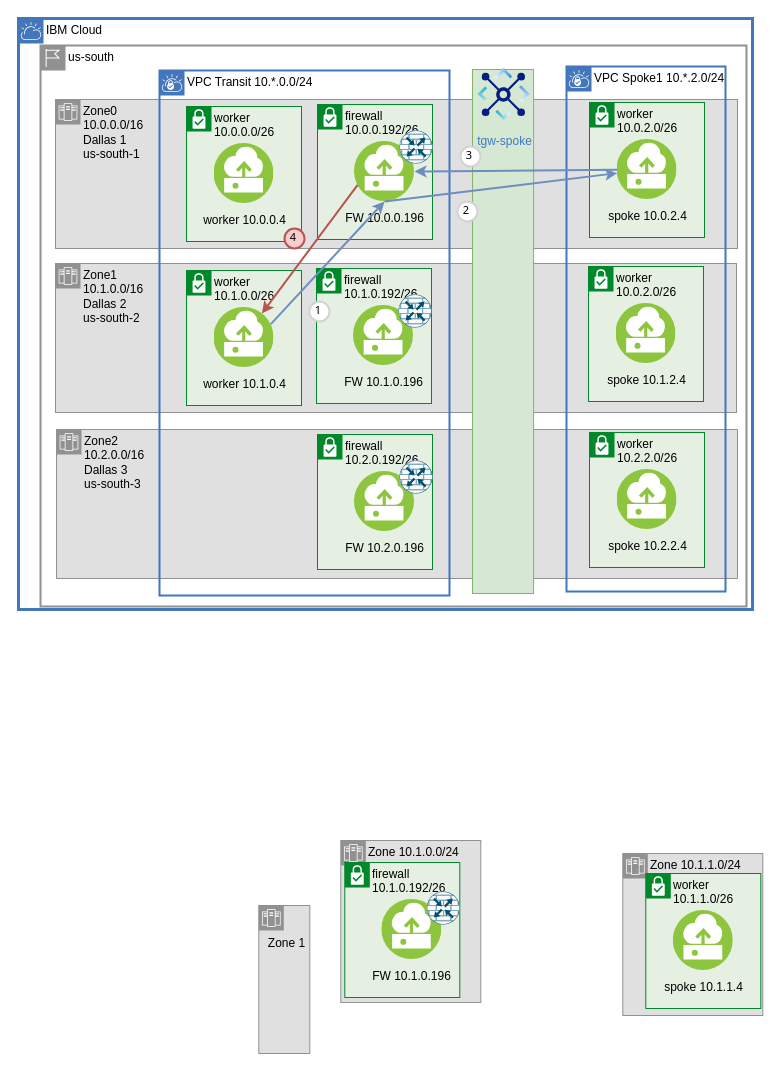
Before: page "transit-asym-bug" (8 of 9) of diagrams/vpc-transit.drawio in ibm-cloud-docs/solution-tutorials, a draw.io diagram. Source tidied: cells renumbered, new cells numbered last; positions are measured from the earlier drawing's top-left corner, leaving out a move shared by most shapes. Both pictures are drawn from the tidied source at 100%, with x=0, y=0 at pixel (18, 18).
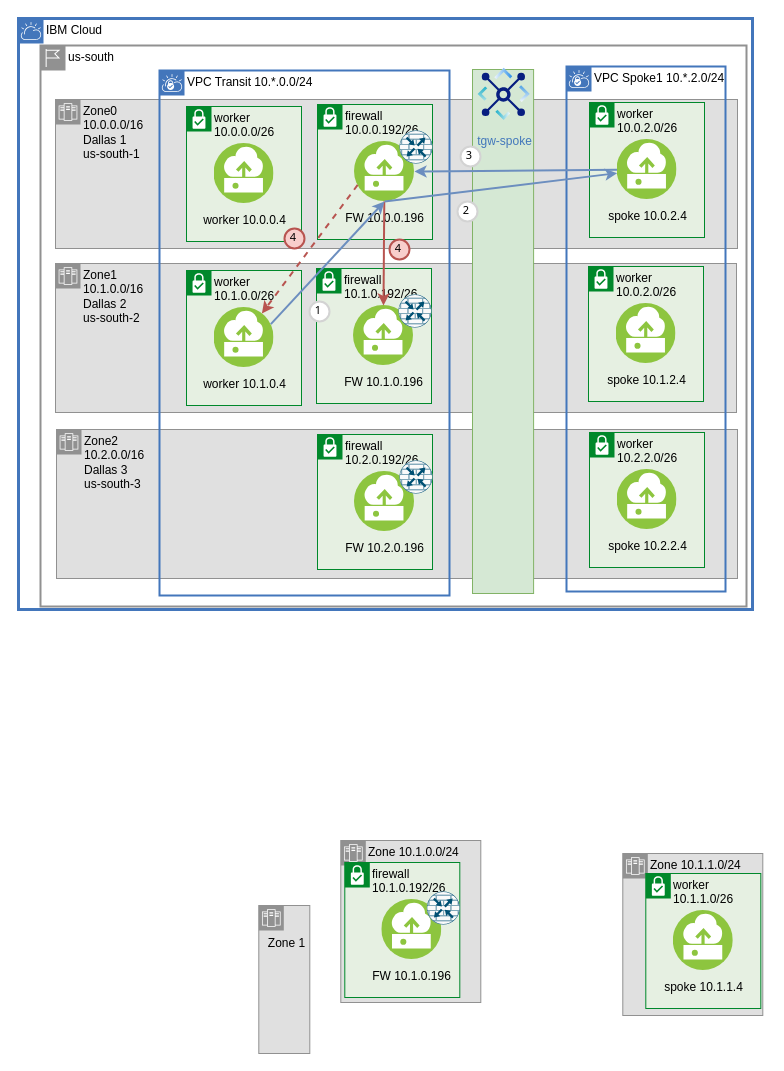
The same diagram, later.

Unchanged cells that the change refers to:
```xml
<mxCell id="18" value="FW 10.0.0.196" style="perimeter=ellipsePerimeter;html=1;align=center;shadow=0;dashed=0;fontColor=black;fontSize=12;spacingTop=3;image;image=img/lib/ibm/vpc/Instance.svg;overflow=visible;noLabel=0;labelBackgroundColor=none;" parent="1" vertex="1">
  <mxGeometry x="336" y="123" width="60" height="60" as="geometry" />
</mxCell>
<mxCell id="33" value="FW 10.1.0.196" style="perimeter=ellipsePerimeter;html=1;align=center;shadow=0;dashed=0;fontColor=black;fontSize=12;spacingTop=3;image;image=img/lib/ibm/vpc/Instance.svg;overflow=visible;noLabel=0;labelBackgroundColor=none;" parent="1" vertex="1">
  <mxGeometry x="335" y="287" width="60" height="60" as="geometry" />
</mxCell>
<mxCell id="37" value="worker 10.1.0.4" style="perimeter=ellipsePerimeter;html=1;align=center;shadow=0;dashed=0;fontColor=black;fontSize=12;spacingTop=3;image;image=img/lib/ibm/vpc/Instance.svg;overflow=visible;noLabel=0;labelBackgroundColor=none;" parent="1" vertex="1">
  <mxGeometry x="195.5" y="289" width="60" height="60" as="geometry" />
</mxCell>
```

Diff of the diagram source:
```diff
@@
+    <mxCell id="49" style="edgeStyle=none;shape=connector;rounded=0;jettySize=auto;html=1;entryX=0.5;entryY=0;entryDx=0;entryDy=0;labelBackgroundColor=default;strokeColor=#b85450;strokeWidth=2;fontFamily=Helvetica;fontSize=11;fontColor=default;endArrow=classic;endFill=1;fillColor=#f8cecc;" parent="1" edge="1" source="18" target="33">
+      <mxGeometry relative="1" as="geometry" />
+    </mxCell>
+    <mxCell id="50" value="4" style="ellipse;whiteSpace=wrap;html=1;strokeWidth=2;fontFamily=Tahoma;spacingBottom=4;spacingRight=2;strokeColor=#b85450;fontSize=11;fillColor=#f8cecc;" parent="1" vertex="1">
+      <mxGeometry x="371" y="221" width="20" height="20" as="geometry" />
+    </mxCell>
@@
-    <mxCell id="42" style="shape=connector;rounded=0;jettySize=auto;html=1;labelBackgroundColor=default;strokeColor=#b85450;strokeWidth=2;fontFamily=Helvetica;fontSize=11;fontColor=default;endArrow=classic;endFill=1;fillColor=#f8cecc;exitX=0;exitY=0.75;exitDx=0;exitDy=0;" parent="40" edge="1" source="18" target="37">
+    <mxCell id="42" style="shape=connector;rounded=0;jettySize=auto;html=1;labelBackgroundColor=default;strokeColor=#b85450;strokeWidth=2;fontFamily=Helvetica;fontSize=11;fontColor=default;endArrow=classic;endFill=1;fillColor=#f8cecc;exitX=0;exitY=0.75;exitDx=0;exitDy=0;dashed=1;" parent="40" edge="1" source="18" target="37">
       <mxGeometry relative="1" as="geometry" />
     </mxCell>
```
